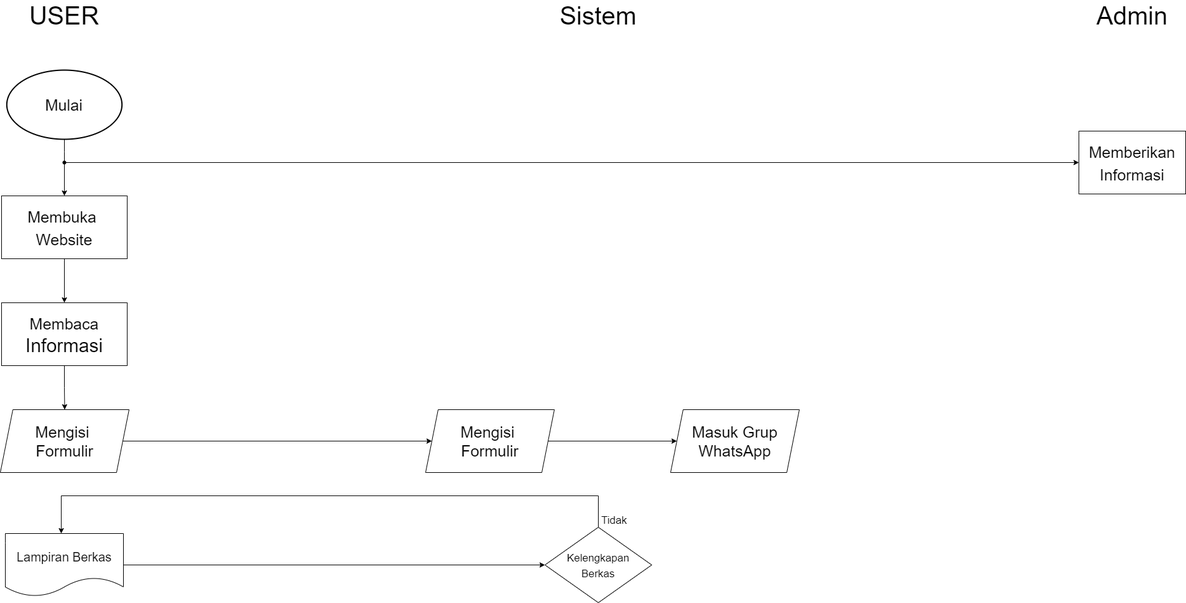
alfajri15/Flowchart keeps this draw.io diagram as Flowchart.drawio.png. Above is the earlier version. Source tidied: cells renumbered, new cells last; positions are measured from the earlier drawing's top-left corner, leaving out a move shared by most shapes.
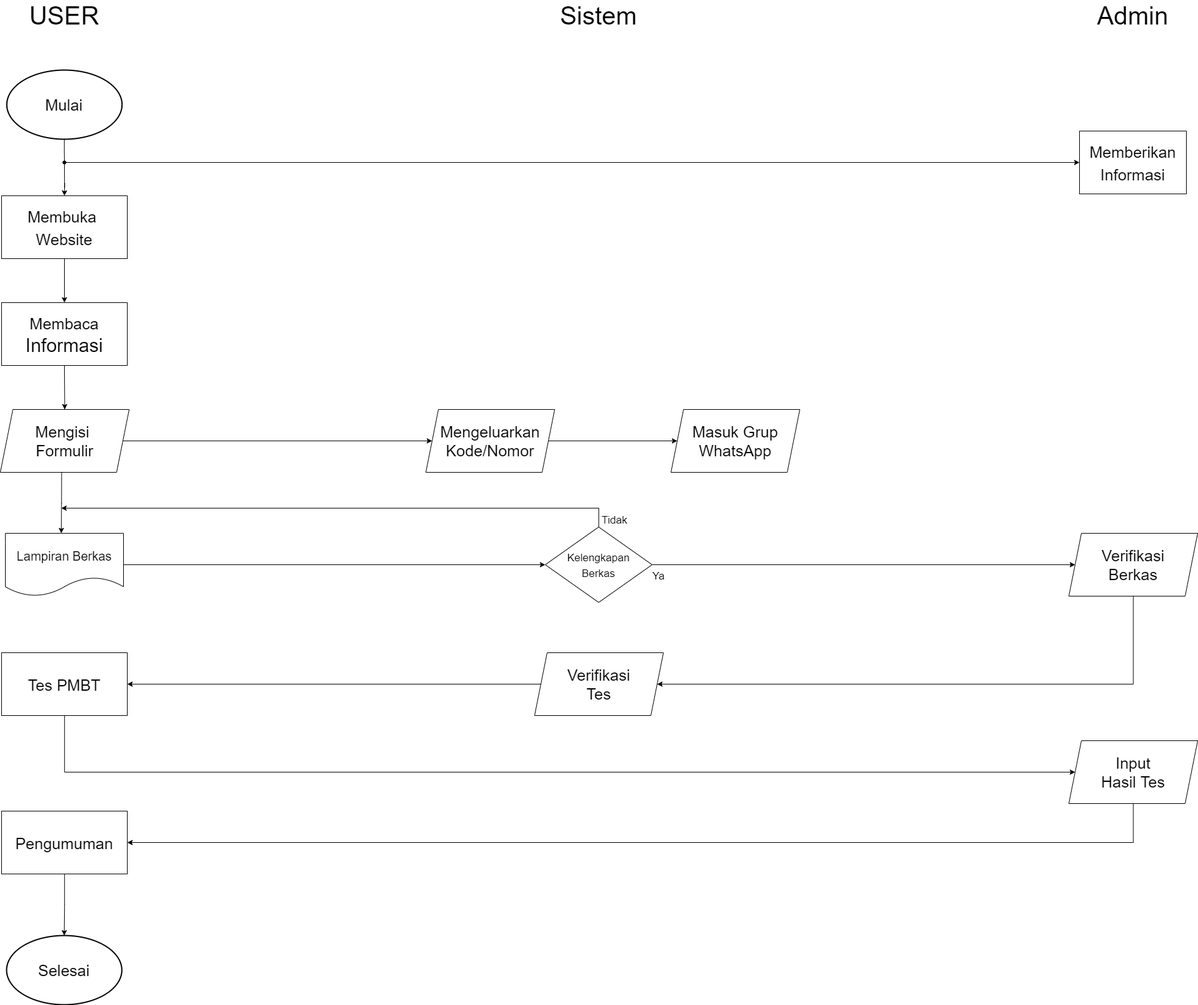
The same diagram one commit later.

Change to the diagram source:
```diff
@@ -26,6 +26,16 @@
     <mxCell id="9" style="edgeStyle=orthogonalEdgeStyle;rounded=0;jettySize=auto;html=1;entryX=0;entryY=0.5;entryDx=0;entryDy=0;fontSize=25;" parent="1" edge="1" source="10" target="18">
       <mxGeometry relative="1" as="geometry" />
     </mxCell>
+    <mxCell id="25" style="edgeStyle=orthogonalEdgeStyle;rounded=0;orthogonalLoop=1;jettySize=auto;html=1;entryX=0.5;entryY=0;entryDx=0;entryDy=0;fontSize=17;" parent="1" edge="1">
+      <mxGeometry relative="1" as="geometry">
+        <mxPoint x="97.5" y="742" as="sourcePoint" />
+        <mxPoint x="97" y="839" as="targetPoint" />
+        <Array as="points">
+          <mxPoint x="98" y="791" />
+          <mxPoint x="97" y="791" />
+        </Array>
+      </mxGeometry>
+    </mxCell>
     <mxCell id="10" value="Mengisi &lt;br&gt;Formulir" style="shape=parallelogram;perimeter=parallelogramPerimeter;whiteSpace=wrap;html=1;fixedSize=1;fontSize=25;" parent="1" vertex="1">
       <mxGeometry y="642" width="205" height="100" as="geometry" />
     </mxCell>
@@ -50,7 +60,7 @@
     <mxCell id="17" style="edgeStyle=orthogonalEdgeStyle;rounded=0;jettySize=auto;html=1;entryX=0;entryY=0.5;entryDx=0;entryDy=0;fontSize=25;" parent="1" edge="1" source="18" target="19">
       <mxGeometry relative="1" as="geometry" />
     </mxCell>
-    <mxCell id="18" value="Mengisi &lt;br&gt;Formulir" style="shape=parallelogram;perimeter=parallelogramPerimeter;whiteSpace=wrap;html=1;fixedSize=1;fontSize=25;" parent="1" vertex="1">
+    <mxCell id="18" value="Mengeluarkan Kode/Nomor" style="shape=parallelogram;perimeter=parallelogramPerimeter;whiteSpace=wrap;html=1;fixedSize=1;fontSize=25;" parent="1" vertex="1">
       <mxGeometry x="677" y="642" width="205" height="100" as="geometry" />
     </mxCell>
     <mxCell id="19" value="Masuk Grup WhatsApp" style="shape=parallelogram;perimeter=parallelogramPerimeter;whiteSpace=wrap;html=1;fixedSize=1;fontSize=25;" parent="1" vertex="1">
@@ -62,21 +72,70 @@
     <mxCell id="21" value="&lt;font style=&quot;font-size: 20px;&quot;&gt;Lampiran Berkas&lt;/font&gt;" style="shape=document;whiteSpace=wrap;html=1;boundedLbl=1;fontSize=25;" parent="1" vertex="1">
       <mxGeometry x="8" y="839" width="188" height="100" as="geometry" />
     </mxCell>
-    <mxCell id="22" style="edgeStyle=orthogonalEdgeStyle;rounded=0;jettySize=auto;html=1;fontSize=17;" parent="1" edge="1" source="23">
-      <mxGeometry relative="1" as="geometry">
-        <mxPoint x="97" y="839" as="targetPoint" />
-        <Array as="points">
-          <mxPoint x="952" y="779" />
-          <mxPoint x="97" y="779" />
-          <mxPoint x="97" y="837" />
-        </Array>
-      </mxGeometry>
-    </mxCell>
+    <mxCell id="26" style="edgeStyle=orthogonalEdgeStyle;rounded=0;jettySize=auto;html=1;fontSize=17;" parent="1" edge="1" source="23" target="29">
+      <mxGeometry relative="1" as="geometry" />
+    </mxCell>
+    <mxCell id="27" style="edgeStyle=orthogonalEdgeStyle;rounded=0;jettySize=auto;html=1;fontSize=17;" parent="1" edge="1" source="23">
+      <mxGeometry relative="1" as="geometry">
+        <mxPoint x="97" y="799" as="targetPoint" />
+        <Array as="points">
+          <mxPoint x="952" y="799" />
+        </Array>
+      </mxGeometry>
+    </mxCell>
     <mxCell id="23" value="&lt;font style=&quot;font-size: 17px;&quot;&gt;Kelengkapan&lt;br&gt;Berkas&lt;/font&gt;" style="rhombus;whiteSpace=wrap;html=1;fontSize=20;" parent="1" vertex="1">
       <mxGeometry x="867" y="829" width="170" height="120" as="geometry" />
     </mxCell>
     <mxCell id="24" value="Tidak" style="text;html=1;align=center;verticalAlign=middle;strokeColor=none;fillColor=none;fontSize=17;" parent="1" vertex="1">
       <mxGeometry x="947" y="804" width="60" height="30" as="geometry" />
     </mxCell>
+    <mxCell id="28" style="edgeStyle=orthogonalEdgeStyle;rounded=0;jettySize=auto;html=1;fontSize=17;entryX=1;entryY=0.5;entryDx=0;entryDy=0;" parent="1" edge="1" source="29" target="31">
+      <mxGeometry relative="1" as="geometry">
+        <Array as="points">
+          <mxPoint x="1803" y="1079" />
+        </Array>
+      </mxGeometry>
+    </mxCell>
+    <mxCell id="29" value="Verifikasi&lt;br&gt;Berkas" style="shape=parallelogram;perimeter=parallelogramPerimeter;whiteSpace=wrap;html=1;fixedSize=1;fontSize=25;" parent="1" vertex="1">
+      <mxGeometry x="1700" y="839" width="205" height="100" as="geometry" />
+    </mxCell>
+    <mxCell id="30" style="edgeStyle=orthogonalEdgeStyle;rounded=0;jettySize=auto;html=1;entryX=1;entryY=0.5;entryDx=0;entryDy=0;fontSize=17;" parent="1" edge="1" source="31" target="33">
+      <mxGeometry relative="1" as="geometry" />
+    </mxCell>
+    <mxCell id="31" value="Verifikasi&lt;br&gt;Tes" style="shape=parallelogram;perimeter=parallelogramPerimeter;whiteSpace=wrap;html=1;fixedSize=1;fontSize=25;" parent="1" vertex="1">
+      <mxGeometry x="850" y="1029" width="205" height="100" as="geometry" />
+    </mxCell>
+    <mxCell id="32" style="edgeStyle=orthogonalEdgeStyle;rounded=0;jettySize=auto;html=1;fontSize=17;entryX=0;entryY=0.5;entryDx=0;entryDy=0;" parent="1" edge="1" source="33" target="35">
+      <mxGeometry relative="1" as="geometry">
+        <Array as="points">
+          <mxPoint x="102" y="1219" />
+        </Array>
+      </mxGeometry>
+    </mxCell>
+    <mxCell id="33" value="&lt;span style=&quot;font-size: 25px;&quot;&gt;Tes PMBT&lt;/span&gt;" style="rounded=0;whiteSpace=wrap;html=1;fontSize=30;" parent="1" vertex="1">
+      <mxGeometry x="2" y="1029" width="200" height="100" as="geometry" />
+    </mxCell>
+    <mxCell id="34" style="edgeStyle=orthogonalEdgeStyle;rounded=0;jettySize=auto;html=1;fontSize=17;entryX=1;entryY=0.5;entryDx=0;entryDy=0;" parent="1" edge="1" source="35" target="37">
+      <mxGeometry relative="1" as="geometry">
+        <Array as="points">
+          <mxPoint x="1803" y="1331" />
+        </Array>
+      </mxGeometry>
+    </mxCell>
+    <mxCell id="35" value="Input&lt;br&gt;Hasil Tes" style="shape=parallelogram;perimeter=parallelogramPerimeter;whiteSpace=wrap;html=1;fixedSize=1;fontSize=25;" parent="1" vertex="1">
+      <mxGeometry x="1700" y="1169" width="205" height="100" as="geometry" />
+    </mxCell>
+    <mxCell id="36" style="edgeStyle=orthogonalEdgeStyle;rounded=0;jettySize=auto;html=1;entryX=0.5;entryY=0;entryDx=0;entryDy=0;entryPerimeter=0;fontSize=17;" parent="1" edge="1" source="37" target="38">
+      <mxGeometry relative="1" as="geometry" />
+    </mxCell>
+    <mxCell id="37" value="&lt;span style=&quot;font-size: 25px;&quot;&gt;Pengumuman&lt;/span&gt;" style="rounded=0;whiteSpace=wrap;html=1;fontSize=30;" parent="1" vertex="1">
+      <mxGeometry x="2" y="1281" width="200" height="100" as="geometry" />
+    </mxCell>
+    <mxCell id="38" value="&lt;font style=&quot;font-size: 25px;&quot;&gt;Selesai&lt;/font&gt;" style="strokeWidth=2;html=1;shape=mxgraph.flowchart.start_1;whiteSpace=wrap;" parent="1" vertex="1">
+      <mxGeometry x="10" y="1479" width="183.3" height="110" as="geometry" />
+    </mxCell>
+    <mxCell id="39" value="Ya" style="text;html=1;align=center;verticalAlign=middle;strokeColor=none;fillColor=none;fontSize=17;" parent="1" vertex="1">
+      <mxGeometry x="1027" y="893" width="40" height="30" as="geometry" />
+    </mxCell>
   </root>
 </mxGraphModel>
```
